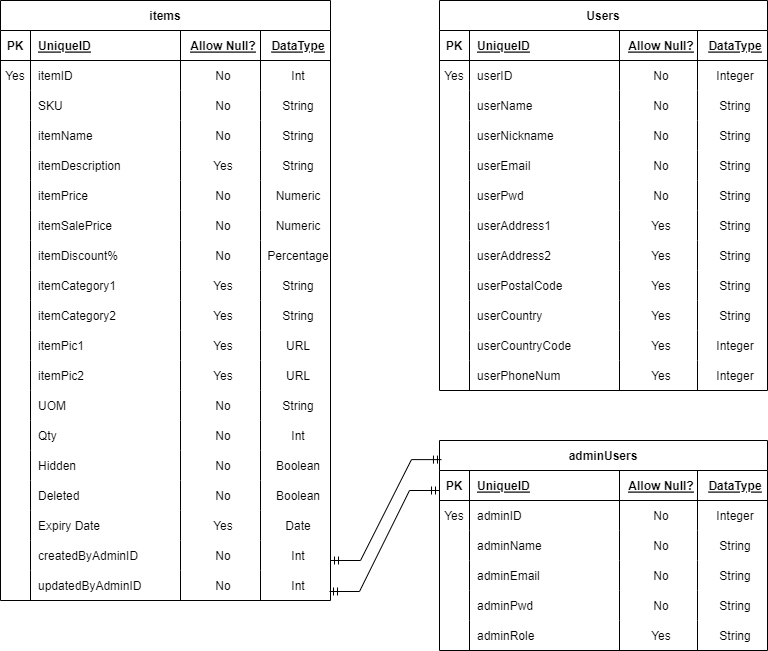
Above: reference/group project 2 ERD.png in SDICohort4-Group4/G4-Project1 (draw.io), before the change. Source tidied: cells renumbered, new cells last; positions are measured from the earlier drawing's top-left corner, leaving out a move shared by most shapes.
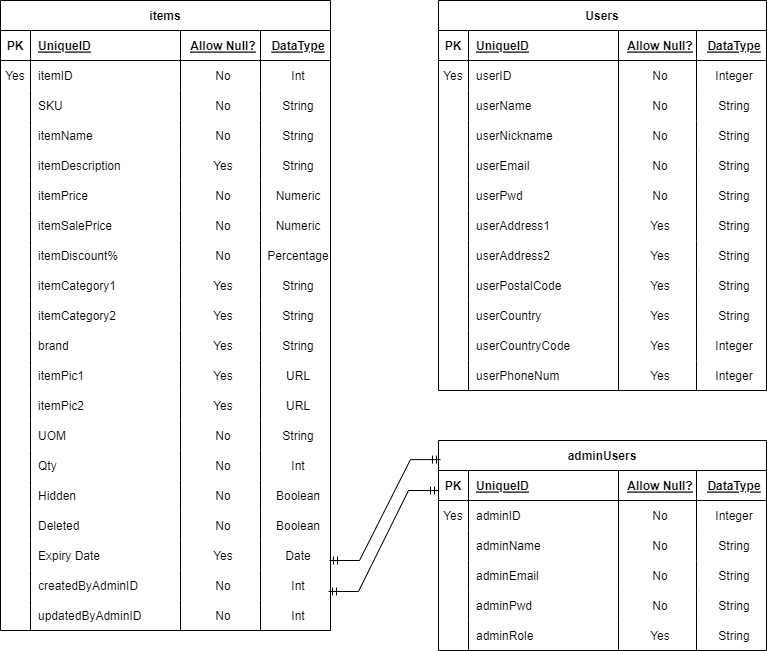
After the change.

What changed in the source:
```diff
@@ -3,7 +3,7 @@
     <mxCell id="0" />
     <mxCell id="1" parent="0" />
     <mxCell id="2" value="items" style="shape=table;startSize=30;rowLines=0;fontStyle=1;align=center;" parent="1" vertex="1">
-      <mxGeometry width="330" height="600" as="geometry" />
+      <mxGeometry x="1" width="330" height="630" as="geometry" />
     </mxCell>
     <mxCell id="3" style="shape=tableRow;horizontal=0;startSize=0;swimlaneHead=0;swimlaneBody=0;fillColor=none;top=0;left=0;right=0;bottom=1;" parent="2" vertex="1">
       <mxGeometry y="30" width="330" height="30" as="geometry" />
@@ -155,8 +155,23 @@
     <mxCell id="52" value="String" style="shape=partialRectangle;fillColor=none;top=0;left=0;bottom=0;right=0;align=center;spacingLeft=6;overflow=hidden;" parent="48" vertex="1">
       <mxGeometry x="260" width="70" height="30" as="geometry" />
     </mxCell>
+    <mxCell id="192" style="shape=tableRow;horizontal=0;startSize=0;swimlaneHead=0;swimlaneBody=0;fillColor=none;top=0;left=0;right=0;bottom=0;" parent="2" vertex="1">
+      <mxGeometry y="330" width="330" height="30" as="geometry" />
+    </mxCell>
+    <mxCell id="193" style="shape=partialRectangle;fillColor=none;top=0;left=0;bottom=0;right=0;overflow=hidden;" parent="192" vertex="1">
+      <mxGeometry width="30" height="30" as="geometry" />
+    </mxCell>
+    <mxCell id="194" value="brand" style="shape=partialRectangle;fillColor=none;top=0;left=0;bottom=0;right=0;align=left;spacingLeft=6;overflow=hidden;" parent="192" vertex="1">
+      <mxGeometry x="30" width="150" height="30" as="geometry" />
+    </mxCell>
+    <mxCell id="195" value="Yes" style="shape=partialRectangle;fillColor=none;top=0;left=0;bottom=0;right=0;align=center;spacingLeft=6;overflow=hidden;" parent="192" vertex="1">
+      <mxGeometry x="180" width="80" height="30" as="geometry" />
+    </mxCell>
+    <mxCell id="196" value="String" style="shape=partialRectangle;fillColor=none;top=0;left=0;bottom=0;right=0;align=center;spacingLeft=6;overflow=hidden;" parent="192" vertex="1">
+      <mxGeometry x="260" width="70" height="30" as="geometry" />
+    </mxCell>
     <mxCell id="53" style="shape=tableRow;horizontal=0;startSize=0;swimlaneHead=0;swimlaneBody=0;fillColor=none;top=0;left=0;right=0;bottom=0;" parent="2" vertex="1">
-      <mxGeometry y="330" width="330" height="30" as="geometry" />
+      <mxGeometry y="360" width="330" height="30" as="geometry" />
     </mxCell>
     <mxCell id="54" style="shape=partialRectangle;fillColor=none;top=0;left=0;bottom=0;right=0;overflow=hidden;" parent="53" vertex="1">
       <mxGeometry width="30" height="30" as="geometry" />
@@ -171,7 +186,7 @@
       <mxGeometry x="260" width="70" height="30" as="geometry" />
     </mxCell>
     <mxCell id="58" style="shape=tableRow;horizontal=0;startSize=0;swimlaneHead=0;swimlaneBody=0;fillColor=none;top=0;left=0;right=0;bottom=0;" parent="2" vertex="1">
-      <mxGeometry y="360" width="330" height="30" as="geometry" />
+      <mxGeometry y="390" width="330" height="30" as="geometry" />
     </mxCell>
     <mxCell id="59" style="shape=partialRectangle;fillColor=none;top=0;left=0;bottom=0;right=0;overflow=hidden;" parent="58" vertex="1">
       <mxGeometry width="30" height="30" as="geometry" />
@@ -186,7 +201,7 @@
       <mxGeometry x="260" width="70" height="30" as="geometry" />
     </mxCell>
     <mxCell id="63" style="shape=tableRow;horizontal=0;startSize=0;swimlaneHead=0;swimlaneBody=0;fillColor=none;top=0;left=0;right=0;bottom=0;" parent="2" vertex="1">
-      <mxGeometry y="390" width="330" height="30" as="geometry" />
+      <mxGeometry y="420" width="330" height="30" as="geometry" />
     </mxCell>
     <mxCell id="64" style="shape=partialRectangle;fillColor=none;top=0;left=0;bottom=0;right=0;overflow=hidden;" parent="63" vertex="1">
       <mxGeometry width="30" height="30" as="geometry" />
@@ -201,7 +216,7 @@
       <mxGeometry x="260" width="70" height="30" as="geometry" />
     </mxCell>
     <mxCell id="68" style="shape=tableRow;horizontal=0;startSize=0;swimlaneHead=0;swimlaneBody=0;fillColor=none;top=0;left=0;right=0;bottom=0;" parent="2" vertex="1">
-      <mxGeometry y="420" width="330" height="30" as="geometry" />
+      <mxGeometry y="450" width="330" height="30" as="geometry" />
     </mxCell>
     <mxCell id="69" style="shape=partialRectangle;fillColor=none;top=0;left=0;bottom=0;right=0;overflow=hidden;" parent="68" vertex="1">
       <mxGeometry width="30" height="30" as="geometry" />
@@ -216,7 +231,7 @@
       <mxGeometry x="260" width="70" height="30" as="geometry" />
     </mxCell>
     <mxCell id="73" style="shape=tableRow;horizontal=0;startSize=0;swimlaneHead=0;swimlaneBody=0;fillColor=none;top=0;left=0;right=0;bottom=0;" parent="2" vertex="1">
-      <mxGeometry y="450" width="330" height="30" as="geometry" />
+      <mxGeometry y="480" width="330" height="30" as="geometry" />
     </mxCell>
     <mxCell id="74" style="shape=partialRectangle;fillColor=none;top=0;left=0;bottom=0;right=0;overflow=hidden;" parent="73" vertex="1">
       <mxGeometry width="30" height="30" as="geometry" />
@@ -231,7 +246,7 @@
       <mxGeometry x="260" width="70" height="30" as="geometry" />
     </mxCell>
     <mxCell id="78" style="shape=tableRow;horizontal=0;startSize=0;swimlaneHead=0;swimlaneBody=0;fillColor=none;top=0;left=0;right=0;bottom=0;" parent="2" vertex="1">
-      <mxGeometry y="480" width="330" height="30" as="geometry" />
+      <mxGeometry y="510" width="330" height="30" as="geometry" />
     </mxCell>
     <mxCell id="79" style="shape=partialRectangle;fillColor=none;top=0;left=0;bottom=0;right=0;overflow=hidden;" parent="78" vertex="1">
       <mxGeometry width="30" height="30" as="geometry" />
@@ -246,7 +261,7 @@
       <mxGeometry x="260" width="70" height="30" as="geometry" />
     </mxCell>
     <mxCell id="83" style="shape=tableRow;horizontal=0;startSize=0;swimlaneHead=0;swimlaneBody=0;fillColor=none;top=0;left=0;right=0;bottom=0;" parent="2" vertex="1">
-      <mxGeometry y="510" width="330" height="30" as="geometry" />
+      <mxGeometry y="540" width="330" height="30" as="geometry" />
     </mxCell>
     <mxCell id="84" style="shape=partialRectangle;fillColor=none;top=0;left=0;bottom=0;right=0;overflow=hidden;" parent="83" vertex="1">
       <mxGeometry width="30" height="30" as="geometry" />
@@ -261,7 +276,7 @@
       <mxGeometry x="260" width="70" height="30" as="geometry" />
     </mxCell>
     <mxCell id="88" style="shape=tableRow;horizontal=0;startSize=0;swimlaneHead=0;swimlaneBody=0;fillColor=none;top=0;left=0;right=0;bottom=0;" parent="2" vertex="1">
-      <mxGeometry y="540" width="330" height="30" as="geometry" />
+      <mxGeometry y="570" width="330" height="30" as="geometry" />
     </mxCell>
     <mxCell id="89" style="shape=partialRectangle;fillColor=none;top=0;left=0;bottom=0;right=0;overflow=hidden;" parent="88" vertex="1">
       <mxGeometry width="30" height="30" as="geometry" />
@@ -276,7 +291,7 @@
       <mxGeometry x="260" width="70" height="30" as="geometry" />
     </mxCell>
     <mxCell id="93" style="shape=tableRow;horizontal=0;startSize=0;swimlaneHead=0;swimlaneBody=0;fillColor=none;top=0;left=0;right=0;bottom=0;" parent="2" vertex="1">
-      <mxGeometry y="570" width="330" height="30" as="geometry" />
+      <mxGeometry y="600" width="330" height="30" as="geometry" />
     </mxCell>
     <mxCell id="94" style="shape=partialRectangle;fillColor=none;top=0;left=0;bottom=0;right=0;overflow=hidden;" parent="93" vertex="1">
       <mxGeometry width="30" height="30" as="geometry" />
```
